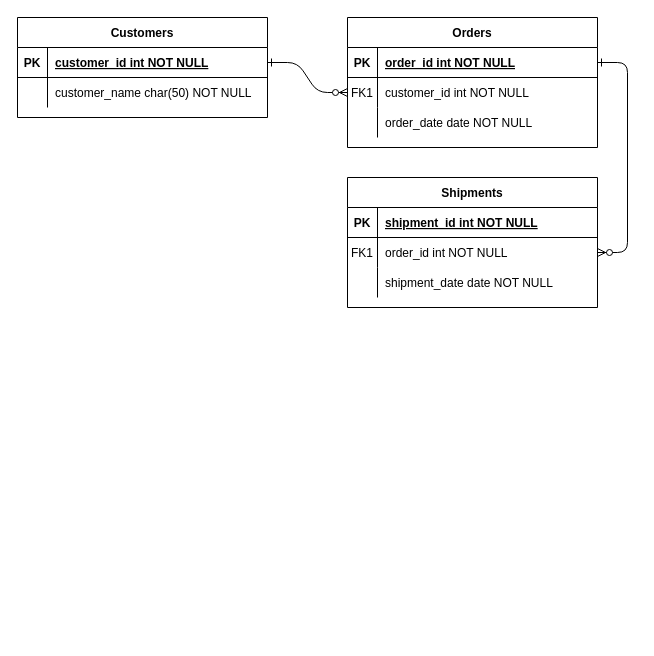
This is erds_member2.drawio from Hyeonju03/git_practice, a draw.io file, before an edit. Source tidied: cells renumbered, new cells numbered last; positions are measured from the earlier drawing's top-left corner, leaving out a move shared by most shapes. Both pictures are drawn from the tidied source at 100%, with x=0, y=0 at pixel (17, 17).
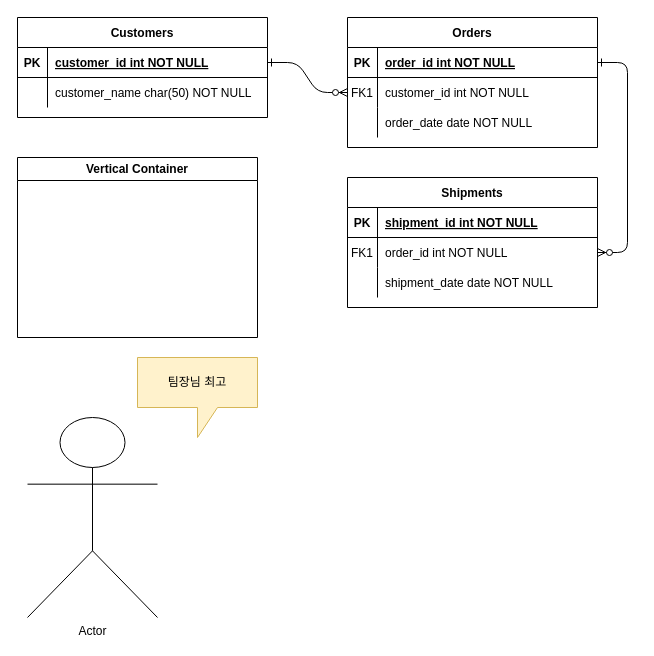
Above is the later version.

What changed in the source:
```diff
@@
+    <mxCell id="31" value="Vertical Container" style="swimlane;whiteSpace=wrap;html=1;" parent="1" vertex="1">
+      <mxGeometry y="140" width="240" height="180" as="geometry" />
+    </mxCell>
+    <mxCell id="32" value="Actor" style="shape=umlActor;verticalLabelPosition=bottom;verticalAlign=top;html=1;" parent="1" vertex="1">
+      <mxGeometry x="10" y="400" width="130" height="200" as="geometry" />
+    </mxCell>
+    <mxCell id="33" value="팀장님 최고" style="shape=callout;whiteSpace=wrap;html=1;perimeter=calloutPerimeter;fillColor=#fff2cc;strokeColor=#d6b656;" parent="1" vertex="1">
+      <mxGeometry x="120" y="340" width="120" height="80" as="geometry" />
+    </mxCell>
```
